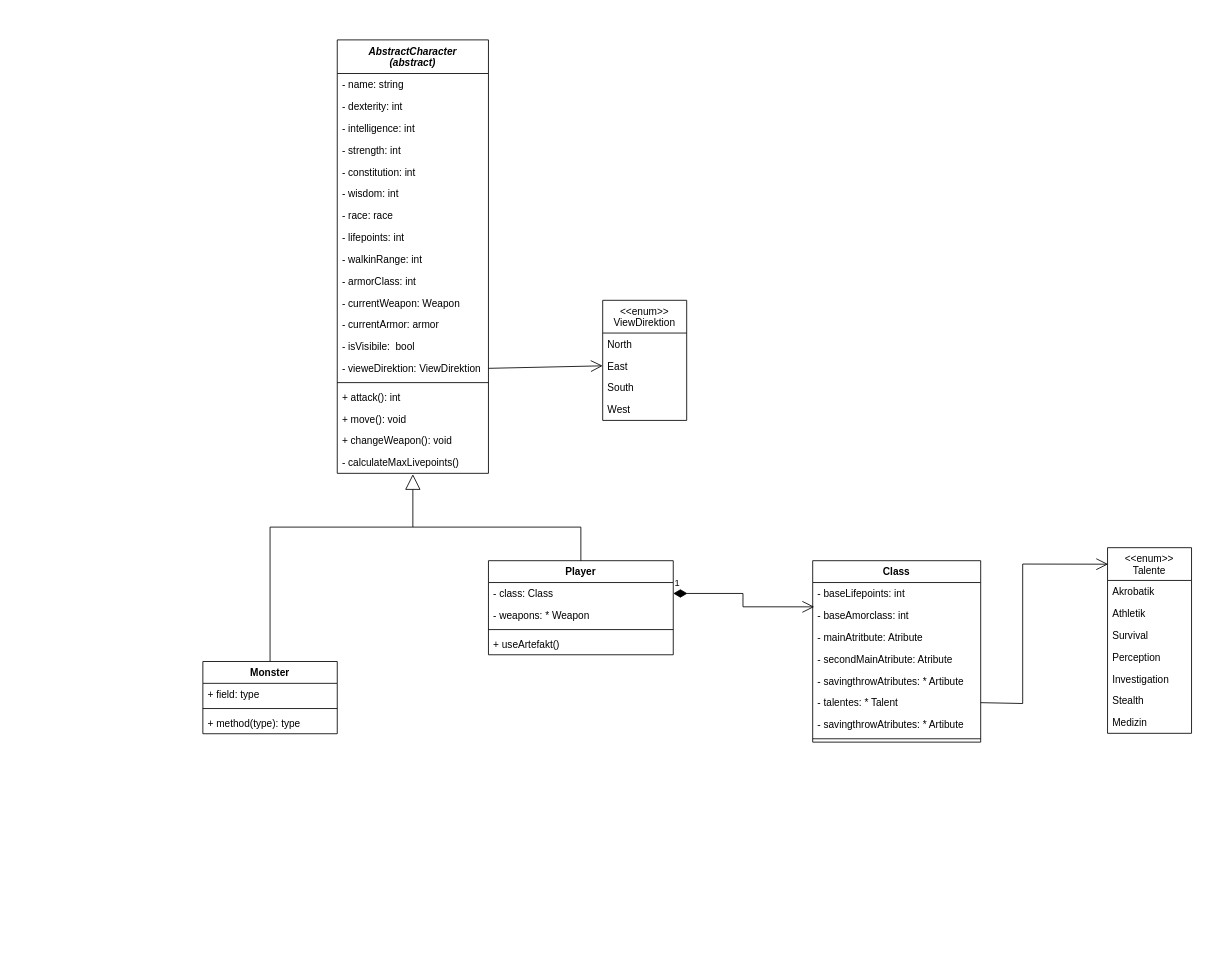
andreasmauel/HenPaSa_AnWla keeps this draw.io diagram as Klassendiagramme/Charakter/Charakter.drawio. Above is the earlier version. Source tidied: cells renumbered, new cells numbered last; positions are measured from the earlier drawing's top-left corner, leaving out a move shared by most shapes. Both pictures are drawn from the tidied source at 84%, with x=0, y=0 at pixel (202, 39).
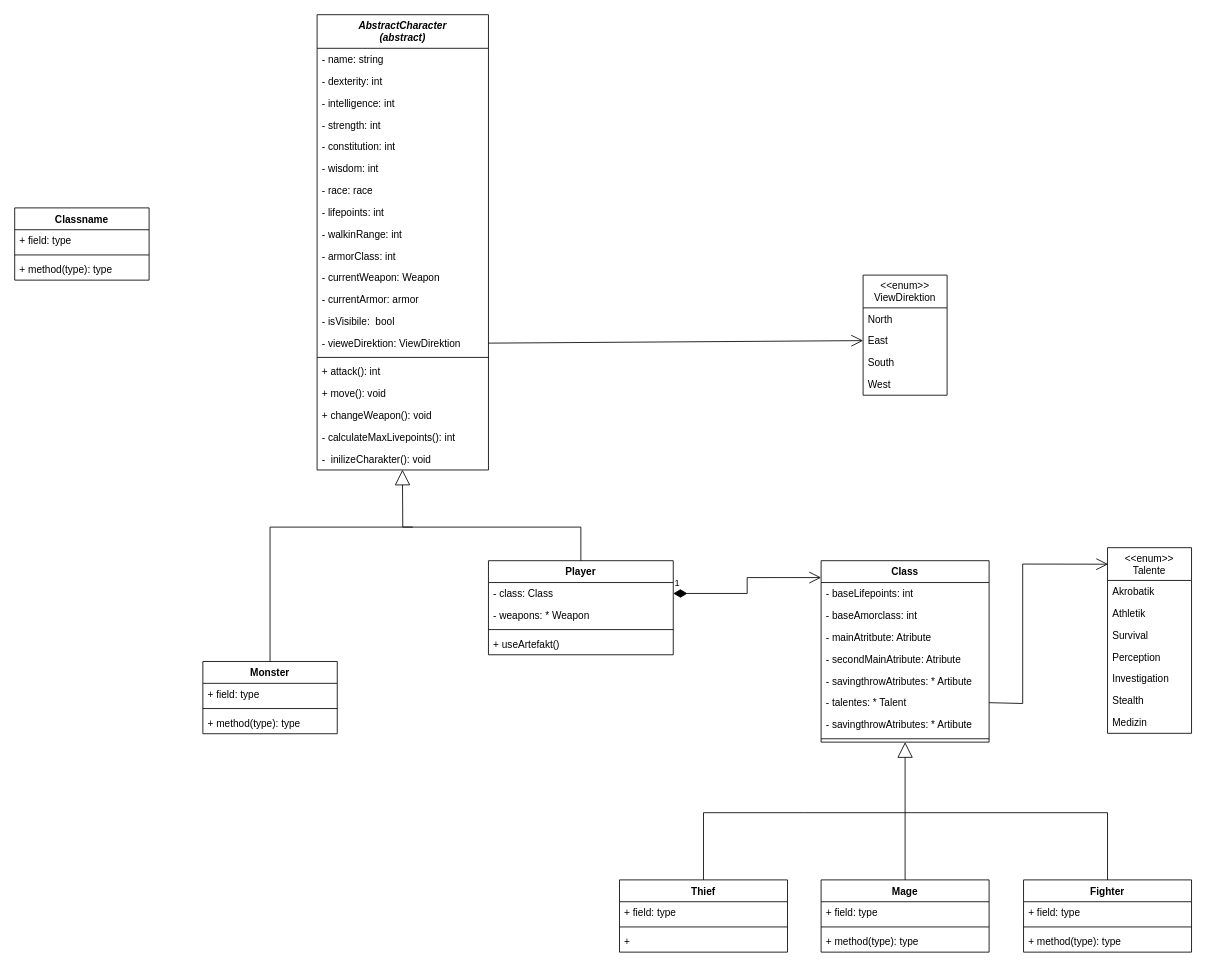
Above is the later version.

Commit message (it also covers changes not shown here):
update Charakter diagramm

Unchanged cells that the change refers to:
```xml
<mxCell id="26" value="Player" style="swimlane;fontStyle=1;align=center;verticalAlign=top;horizontal=1;startSize=26;" parent="1" vertex="1">
  <mxGeometry x="340" y="620" width="220" height="112" as="geometry" />
</mxCell>
<mxCell id="27" value="- class: Class" style="text;strokeColor=none;fillColor=none;align=left;verticalAlign=top;spacingLeft=4;spacingRight=4;overflow=hidden;points=[[0,0.5],[1,0.5]];portConstraint=eastwest;" parent="26" vertex="1">
  <mxGeometry y="26" width="220" height="26" as="geometry" />
</mxCell>
<mxCell id="41" value="- baseAmorclass: int" style="text;strokeColor=none;fillColor=none;align=left;verticalAlign=top;spacingLeft=4;spacingRight=4;overflow=hidden;points=[[0,0.5],[1,0.5]];portConstraint=eastwest;" parent="39" vertex="1">
  <mxGeometry y="52" width="200" height="26" as="geometry" />
</mxCell>
```

Change to the diagram source:
```diff
@@
     <mxCell id="2" value="AbstractCharacter&#10;(abstract)" style="swimlane;fontStyle=3;align=center;verticalAlign=top;horizontal=1;startSize=40;" parent="1" vertex="1">
-      <mxGeometry x="160" width="180" height="516" as="geometry" />
+      <mxGeometry x="136" y="-30" width="204" height="542" as="geometry" />
     </mxCell>
     <mxCell id="3" value="- name: string " style="text;strokeColor=none;fillColor=none;align=left;verticalAlign=top;spacingLeft=4;spacingRight=4;overflow=hidden;" parent="2" vertex="1">
-      <mxGeometry y="40" width="180" height="26" as="geometry" />
+      <mxGeometry y="40" width="204" height="26" as="geometry" />
     </mxCell>
     <mxCell id="4" value="- dexterity: int" style="text;strokeColor=none;fillColor=none;align=left;verticalAlign=top;spacingLeft=4;spacingRight=4;overflow=hidden;" parent="2" vertex="1">
-      <mxGeometry y="66" width="180" height="26" as="geometry" />
+      <mxGeometry y="66" width="204" height="26" as="geometry" />
     </mxCell>
     <mxCell id="5" value="- intelligence: int" style="text;strokeColor=none;fillColor=none;align=left;verticalAlign=top;spacingLeft=4;spacingRight=4;overflow=hidden;" parent="2" vertex="1">
-      <mxGeometry y="92" width="180" height="26" as="geometry" />
+      <mxGeometry y="92" width="204" height="26" as="geometry" />
     </mxCell>
     <mxCell id="6" value="- strength: int" style="text;strokeColor=none;fillColor=none;align=left;verticalAlign=top;spacingLeft=4;spacingRight=4;overflow=hidden;" parent="2" vertex="1">
-      <mxGeometry y="118" width="180" height="26" as="geometry" />
+      <mxGeometry y="118" width="204" height="26" as="geometry" />
     </mxCell>
     <mxCell id="7" value="- constitution: int" style="text;strokeColor=none;fillColor=none;align=left;verticalAlign=top;spacingLeft=4;spacingRight=4;overflow=hidden;" parent="2" vertex="1">
-      <mxGeometry y="144" width="180" height="26" as="geometry" />
+      <mxGeometry y="144" width="204" height="26" as="geometry" />
     </mxCell>
     <mxCell id="8" value="- wisdom: int" style="text;strokeColor=none;fillColor=none;align=left;verticalAlign=top;spacingLeft=4;spacingRight=4;overflow=hidden;" parent="2" vertex="1">
-      <mxGeometry y="170" width="180" height="26" as="geometry" />
+      <mxGeometry y="170" width="204" height="26" as="geometry" />
     </mxCell>
     <mxCell id="9" value="- race: race " style="text;strokeColor=none;fillColor=none;align=left;verticalAlign=top;spacingLeft=4;spacingRight=4;overflow=hidden;" parent="2" vertex="1">
-      <mxGeometry y="196" width="180" height="26" as="geometry" />
+      <mxGeometry y="196" width="204" height="26" as="geometry" />
     </mxCell>
     <mxCell id="10" value="- lifepoints: int" style="text;strokeColor=none;fillColor=none;align=left;verticalAlign=top;spacingLeft=4;spacingRight=4;overflow=hidden;" parent="2" vertex="1">
-      <mxGeometry y="222" width="180" height="26" as="geometry" />
+      <mxGeometry y="222" width="204" height="26" as="geometry" />
     </mxCell>
     <mxCell id="11" value="- walkinRange: int" style="text;strokeColor=none;fillColor=none;align=left;verticalAlign=top;spacingLeft=4;spacingRight=4;overflow=hidden;" parent="2" vertex="1">
-      <mxGeometry y="248" width="180" height="26" as="geometry" />
+      <mxGeometry y="248" width="204" height="26" as="geometry" />
     </mxCell>
     <mxCell id="12" value="- armorClass: int" style="text;strokeColor=none;fillColor=none;align=left;verticalAlign=top;spacingLeft=4;spacingRight=4;overflow=hidden;" parent="2" vertex="1">
-      <mxGeometry y="274" width="180" height="26" as="geometry" />
+      <mxGeometry y="274" width="204" height="26" as="geometry" />
     </mxCell>
     <mxCell id="13" value="- currentWeapon: Weapon" style="text;strokeColor=none;fillColor=none;align=left;verticalAlign=top;spacingLeft=4;spacingRight=4;overflow=hidden;" parent="2" vertex="1">
-      <mxGeometry y="300" width="180" height="26" as="geometry" />
+      <mxGeometry y="300" width="204" height="26" as="geometry" />
     </mxCell>
     <mxCell id="14" value="- currentArmor: armor" style="text;strokeColor=none;fillColor=none;align=left;verticalAlign=top;spacingLeft=4;spacingRight=4;overflow=hidden;" parent="2" vertex="1">
-      <mxGeometry y="326" width="180" height="26" as="geometry" />
+      <mxGeometry y="326" width="204" height="26" as="geometry" />
     </mxCell>
     <mxCell id="15" value="- isVisibile:  bool" style="text;strokeColor=none;fillColor=none;align=left;verticalAlign=top;spacingLeft=4;spacingRight=4;overflow=hidden;" parent="2" vertex="1">
-      <mxGeometry y="352" width="180" height="26" as="geometry" />
+      <mxGeometry y="352" width="204" height="26" as="geometry" />
     </mxCell>
     <mxCell id="16" value="- vieweDirektion: ViewDirektion" style="text;strokeColor=none;fillColor=none;align=left;verticalAlign=top;spacingLeft=4;spacingRight=4;overflow=hidden;points=[[0,0.5],[1,0.5]];portConstraint=eastwest;" parent="2" vertex="1">
-      <mxGeometry y="378" width="180" height="26" as="geometry" />
+      <mxGeometry y="378" width="204" height="26" as="geometry" />
     </mxCell>
     <mxCell id="17" style="line;strokeWidth=1;fillColor=none;align=left;verticalAlign=middle;spacingTop=-1;spacingLeft=3;spacingRight=3;labelPosition=right;" parent="2" vertex="1">
-      <mxGeometry y="404" width="180" height="8" as="geometry" />
+      <mxGeometry y="404" width="204" height="8" as="geometry" />
     </mxCell>
     <mxCell id="18" value="+ attack(): int" style="text;strokeColor=none;fillColor=none;align=left;verticalAlign=top;spacingLeft=4;spacingRight=4;overflow=hidden;" parent="2" vertex="1">
-      <mxGeometry y="412" width="180" height="26" as="geometry" />
+      <mxGeometry y="412" width="204" height="26" as="geometry" />
     </mxCell>
     <mxCell id="19" value="+ move(): void" style="text;strokeColor=none;fillColor=none;align=left;verticalAlign=top;spacingLeft=4;spacingRight=4;overflow=hidden;" parent="2" vertex="1">
-      <mxGeometry y="438" width="180" height="26" as="geometry" />
+      <mxGeometry y="438" width="204" height="26" as="geometry" />
     </mxCell>
     <mxCell id="20" value="+ changeWeapon(): void" style="text;strokeColor=none;fillColor=none;align=left;verticalAlign=top;spacingLeft=4;spacingRight=4;overflow=hidden;" parent="2" vertex="1">
-      <mxGeometry y="464" width="180" height="26" as="geometry" />
+      <mxGeometry y="464" width="204" height="26" as="geometry" />
     </mxCell>
-    <mxCell id="21" value="- calculateMaxLivepoints()" style="text;strokeColor=none;fillColor=none;align=left;verticalAlign=top;spacingLeft=4;spacingRight=4;overflow=hidden;points=[[0,0.5],[1,0.5]];portConstraint=eastwest;" parent="2" vertex="1">
-      <mxGeometry y="490" width="180" height="26" as="geometry" />
+    <mxCell id="21" value="- calculateMaxLivepoints(): int" style="text;strokeColor=none;fillColor=none;align=left;verticalAlign=top;spacingLeft=4;spacingRight=4;overflow=hidden;points=[[0,0.5],[1,0.5]];portConstraint=eastwest;" parent="2" vertex="1">
+      <mxGeometry y="490" width="204" height="26" as="geometry" />
     </mxCell>
+    <mxCell id="58" value="-  inilizeCharakter(): void " style="text;strokeColor=none;fillColor=none;align=left;verticalAlign=top;spacingLeft=4;spacingRight=4;overflow=hidden;points=[[0,0.5],[1,0.5]];portConstraint=eastwest;" parent="2" vertex="1">
+      <mxGeometry y="516" width="204" height="26" as="geometry" />
+    </mxCell>
@@
-    <mxCell id="31" style="endArrow=block;endSize=16;endFill=0;html=1;rounded=0;exitX=0.5;exitY=0;exitDx=0;exitDy=0;entryX=0.5;entryY=1.038;entryDx=0;entryDy=0;entryPerimeter=0;" parent="1" edge="1" source="26" target="21">
+    <mxCell id="31" style="endArrow=block;endSize=16;endFill=0;html=1;rounded=0;exitX=0.5;exitY=0;exitDx=0;exitDy=0;entryX=0.498;entryY=0.987;entryDx=0;entryDy=0;entryPerimeter=0;" parent="1" edge="1" source="26" target="58">
       <mxGeometry relative="1" as="geometry">
         <Array as="points">
           <mxPoint x="450" y="580" />
-          <mxPoint x="250" y="580" />
+          <mxPoint x="238" y="580" />
         </Array>
       </mxGeometry>
     </mxCell>
@@
     <mxCell id="33" value="&lt;&lt;enum&gt;&gt;&#10;ViewDirektion" style="swimlane;fontStyle=0;horizontal=1;startSize=39;fillColor=none;" parent="1" vertex="1">
-      <mxGeometry x="476" y="310" width="100" height="143" as="geometry" />
+      <mxGeometry x="786" y="280" width="100" height="143" as="geometry" />
     </mxCell>
@@
     <mxCell id="39" value="Class" style="swimlane;fontStyle=1;align=center;verticalAlign=top;horizontal=1;startSize=26;" parent="1" vertex="1">
-      <mxGeometry x="726" y="620" width="200" height="216" as="geometry" />
+      <mxGeometry x="736" y="620" width="200" height="216" as="geometry" />
     </mxCell>
@@
-    <mxCell id="48" value="1" style="endArrow=open;html=1;endSize=12;startArrow=diamondThin;startSize=14;startFill=1;edgeStyle=orthogonalEdgeStyle;align=left;verticalAlign=bottom;rounded=0;exitX=1;exitY=0.5;exitDx=0;exitDy=0;entryX=0.009;entryY=0.113;entryDx=0;entryDy=0;entryPerimeter=0;" parent="1" edge="1" source="27" target="41">
-      <mxGeometry x="-1" y="3" relative="1" as="geometry" />
-    </mxCell>
@@
+    <mxCell id="59" value="Classname" style="swimlane;fontStyle=1;align=center;verticalAlign=top;horizontal=1;startSize=26;" parent="1" vertex="1">
+      <mxGeometry x="-224" y="200" width="160" height="86" as="geometry" />
+    </mxCell>
+    <mxCell id="60" value="+ field: type" style="text;strokeColor=none;fillColor=none;align=left;verticalAlign=top;spacingLeft=4;spacingRight=4;overflow=hidden;" parent="59" vertex="1">
+      <mxGeometry y="26" width="160" height="26" as="geometry" />
+    </mxCell>
+    <mxCell id="61" style="line;strokeWidth=1;fillColor=none;align=left;verticalAlign=middle;spacingTop=-1;spacingLeft=3;spacingRight=3;labelPosition=right;" parent="59" vertex="1">
+      <mxGeometry y="52" width="160" height="8" as="geometry" />
+    </mxCell>
+    <mxCell id="62" value="+ method(type): type" style="text;strokeColor=none;fillColor=none;align=left;verticalAlign=top;spacingLeft=4;spacingRight=4;overflow=hidden;" parent="59" vertex="1">
+      <mxGeometry y="60" width="160" height="26" as="geometry" />
+    </mxCell>
+    <mxCell id="63" value="Thief" style="swimlane;fontStyle=1;align=center;verticalAlign=top;horizontal=1;startSize=26;" parent="1" vertex="1">
+      <mxGeometry x="496" y="1000" width="200" height="86" as="geometry" />
+    </mxCell>
+    <mxCell id="64" value="+ field: type" style="text;strokeColor=none;fillColor=none;align=left;verticalAlign=top;spacingLeft=4;spacingRight=4;overflow=hidden;" parent="63" vertex="1">
+      <mxGeometry y="26" width="200" height="26" as="geometry" />
+    </mxCell>
+    <mxCell id="65" style="line;strokeWidth=1;fillColor=none;align=left;verticalAlign=middle;spacingTop=-1;spacingLeft=3;spacingRight=3;labelPosition=right;" parent="63" vertex="1">
+      <mxGeometry y="52" width="200" height="8" as="geometry" />
+    </mxCell>
+    <mxCell id="66" value="+ " style="text;strokeColor=none;fillColor=none;align=left;verticalAlign=top;spacingLeft=4;spacingRight=4;overflow=hidden;" parent="63" vertex="1">
+      <mxGeometry y="60" width="200" height="26" as="geometry" />
+    </mxCell>
+    <mxCell id="67" value="Fighter" style="swimlane;fontStyle=1;align=center;verticalAlign=top;horizontal=1;startSize=26;" parent="1" vertex="1">
+      <mxGeometry x="977" y="1000" width="200" height="86" as="geometry" />
+    </mxCell>
+    <mxCell id="68" value="+ field: type" style="text;strokeColor=none;fillColor=none;align=left;verticalAlign=top;spacingLeft=4;spacingRight=4;overflow=hidden;" parent="67" vertex="1">
+      <mxGeometry y="26" width="200" height="26" as="geometry" />
+    </mxCell>
+    <mxCell id="69" style="line;strokeWidth=1;fillColor=none;align=left;verticalAlign=middle;spacingTop=-1;spacingLeft=3;spacingRight=3;labelPosition=right;" parent="67" vertex="1">
+      <mxGeometry y="52" width="200" height="8" as="geometry" />
+    </mxCell>
+    <mxCell id="70" value="+ method(type): type" style="text;strokeColor=none;fillColor=none;align=left;verticalAlign=top;spacingLeft=4;spacingRight=4;overflow=hidden;" parent="67" vertex="1">
+      <mxGeometry y="60" width="200" height="26" as="geometry" />
+    </mxCell>
+    <mxCell id="71" value="Mage" style="swimlane;fontStyle=1;align=center;verticalAlign=top;horizontal=1;startSize=26;" parent="1" vertex="1">
+      <mxGeometry x="736" y="1000" width="200" height="86" as="geometry" />
+    </mxCell>
+    <mxCell id="72" value="+ field: type" style="text;strokeColor=none;fillColor=none;align=left;verticalAlign=top;spacingLeft=4;spacingRight=4;overflow=hidden;" parent="71" vertex="1">
+      <mxGeometry y="26" width="200" height="26" as="geometry" />
+    </mxCell>
+    <mxCell id="73" style="line;strokeWidth=1;fillColor=none;align=left;verticalAlign=middle;spacingTop=-1;spacingLeft=3;spacingRight=3;labelPosition=right;" parent="71" vertex="1">
+      <mxGeometry y="52" width="200" height="8" as="geometry" />
+    </mxCell>
+    <mxCell id="74" value="+ method(type): type" style="text;strokeColor=none;fillColor=none;align=left;verticalAlign=top;spacingLeft=4;spacingRight=4;overflow=hidden;" parent="71" vertex="1">
+      <mxGeometry y="60" width="200" height="26" as="geometry" />
+    </mxCell>
+    <mxCell id="75" style="endArrow=block;endSize=16;endFill=0;html=1;rounded=0;exitX=0.5;exitY=0;exitDx=0;exitDy=0;entryX=0.5;entryY=1;entryDx=0;entryDy=0;" parent="1" edge="1" source="63" target="39">
+      <mxGeometry relative="1" as="geometry">
+        <Array as="points">
+          <mxPoint x="596" y="920" />
+          <mxPoint x="716" y="920" />
+          <mxPoint x="836" y="920" />
+        </Array>
+      </mxGeometry>
+    </mxCell>
+    <mxCell id="76" style="endArrow=none;html=1;rounded=0;exitX=0.5;exitY=0;exitDx=0;exitDy=0;" parent="1" edge="1" source="71">
+      <mxGeometry relative="1" as="geometry">
+        <mxPoint x="836" y="920" as="targetPoint" />
+      </mxGeometry>
+    </mxCell>
+    <mxCell id="77" style="endArrow=none;html=1;rounded=0;exitX=0.5;exitY=0;exitDx=0;exitDy=0;" parent="1" edge="1" source="67">
+      <mxGeometry relative="1" as="geometry">
+        <mxPoint x="836" y="920" as="targetPoint" />
+        <Array as="points">
+          <mxPoint x="1077" y="920" />
+        </Array>
+      </mxGeometry>
+    </mxCell>
+    <mxCell id="48" value="1" style="endArrow=open;html=1;endSize=12;startArrow=diamondThin;startSize=14;startFill=1;edgeStyle=orthogonalEdgeStyle;align=left;verticalAlign=bottom;rounded=0;exitX=1;exitY=0.5;exitDx=0;exitDy=0;entryX=0;entryY=0.093;entryDx=0;entryDy=0;entryPerimeter=0;" parent="1" edge="1" source="27" target="39">
+      <mxGeometry x="-1" y="3" relative="1" as="geometry" />
+    </mxCell>
```
